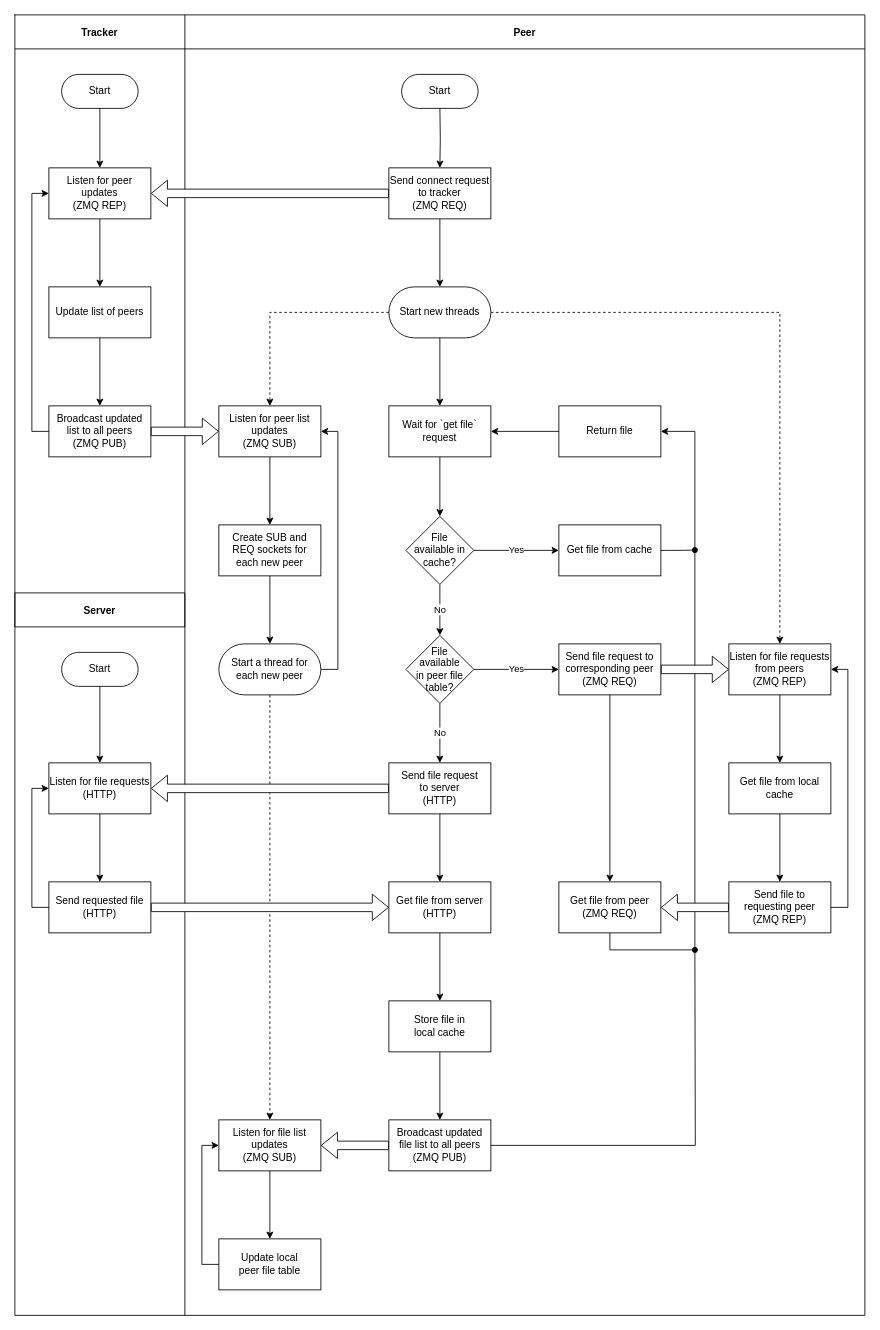
Earlier version of the draw.io diagram Flowchart.drawio (nan-af/sproj). Source tidied: cells renumbered, new cells numbered last; positions are measured from the earlier drawing's top-left corner, leaving out a move shared by most shapes. Both pictures are drawn from the tidied source at 85%, with x=0, y=0 at pixel (14, 14).
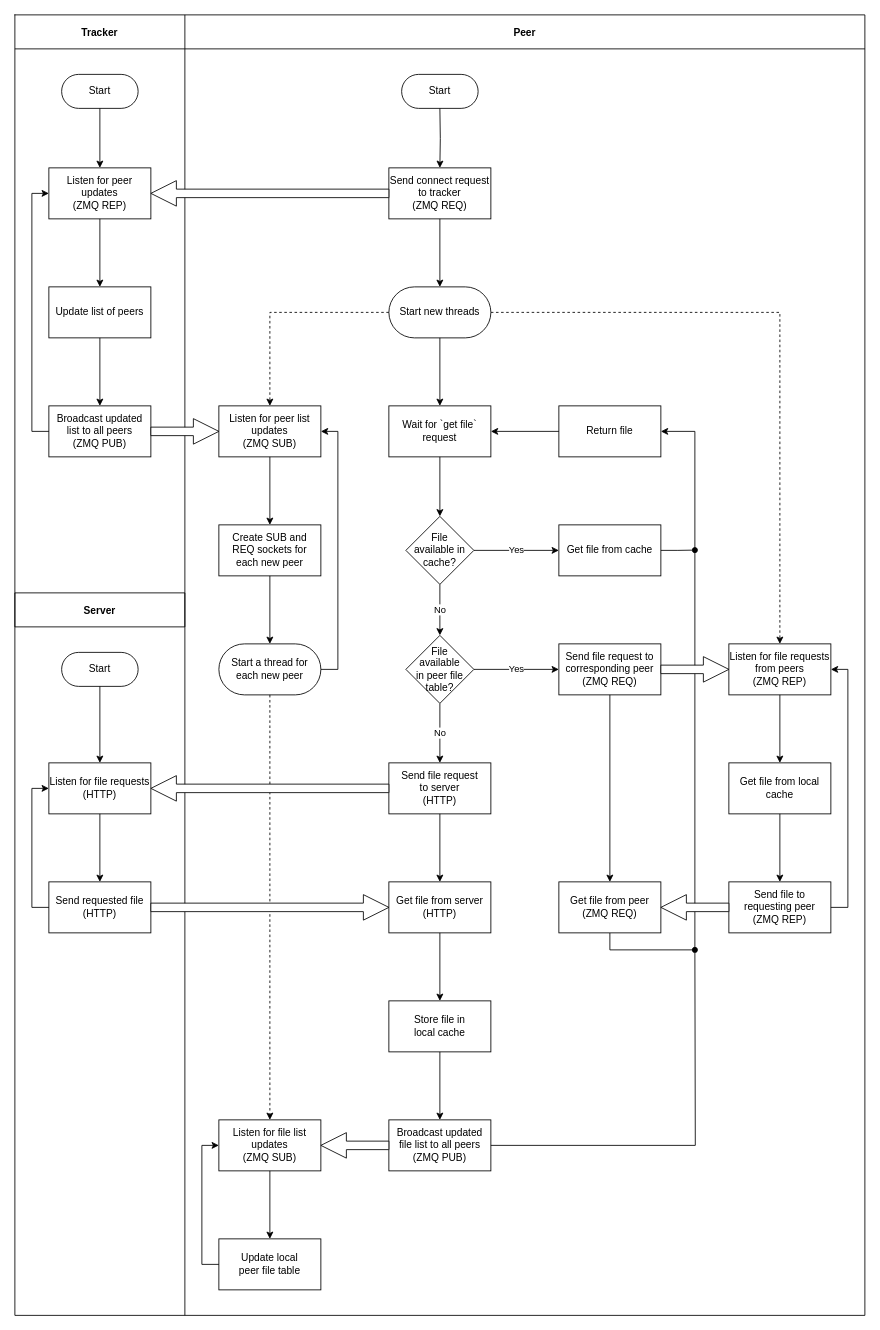
Above is the later version.

Unchanged cells that the change refers to:
```xml
<mxCell id="3" style="shape=tableRow;horizontal=0;swimlaneHead=0;swimlaneBody=0;top=0;left=0;bottom=0;right=0;fillColor=none;startSize=0;fontStyle=1;" parent="2" vertex="1">
  <mxGeometry width="1000" height="1530" as="geometry" />
</mxCell>
<mxCell id="6" value="&lt;div&gt;Broadcast updated list to all peers&lt;/div&gt;&lt;div&gt;(ZMQ PUB)&lt;/div&gt;" style="whiteSpace=wrap;html=1;rounded=0;glass=0;arcSize=50;" parent="4" vertex="1">
  <mxGeometry x="40" y="460" width="120" height="60" as="geometry" />
</mxCell>
<mxCell id="10" value="&lt;div&gt;Listen for file requests&lt;/div&gt;&lt;div&gt;(HTTP)&lt;br&gt;&lt;/div&gt;" style="whiteSpace=wrap;html=1;rounded=0;arcSize=50;" parent="4" vertex="1">
  <mxGeometry x="40" y="880" width="120" height="60" as="geometry" />
</mxCell>
<mxCell id="11" value="&lt;div&gt;Send requested file&lt;/div&gt;&lt;div&gt;(HTTP)&lt;br&gt;&lt;/div&gt;" style="whiteSpace=wrap;html=1;rounded=0;arcSize=50;" parent="4" vertex="1">
  <mxGeometry x="40" y="1020" width="120" height="60" as="geometry" />
</mxCell>
<mxCell id="19" value="Peer" style="swimlane;swimlaneHead=0;swimlaneBody=0;fillColor=none;startSize=40;fontStyle=1;" parent="3" vertex="1">
  <mxGeometry x="200" width="800" height="1530" as="geometry" />
</mxCell>
<mxCell id="21" value="&lt;div&gt;Listen for peer list updates&lt;/div&gt;&lt;div&gt;(ZMQ SUB)&lt;/div&gt;" style="whiteSpace=wrap;html=1;rounded=0;glass=0;arcSize=50;" parent="19" vertex="1">
  <mxGeometry x="40" y="460" width="120" height="60" as="geometry" />
</mxCell>
<mxCell id="31" value="&lt;div&gt;Listen for file list updates&lt;/div&gt;&lt;div&gt;(ZMQ SUB)&lt;br&gt;&lt;/div&gt;" style="whiteSpace=wrap;html=1;rounded=0;glass=0;arcSize=50;" parent="19" vertex="1">
  <mxGeometry x="40" y="1300" width="120" height="60" as="geometry" />
</mxCell>
<mxCell id="35" value="&lt;div&gt;Send file request&lt;/div&gt;&lt;div&gt;to server&lt;/div&gt;&lt;div&gt;(HTTP)&lt;br&gt;&lt;/div&gt;" style="whiteSpace=wrap;html=1;rounded=0;glass=0;arcSize=50;" parent="19" vertex="1">
  <mxGeometry x="240" y="880" width="120" height="60" as="geometry" />
</mxCell>
<mxCell id="36" value="&lt;div&gt;Get file from server&lt;/div&gt;&lt;div&gt;(HTTP)&lt;br&gt;&lt;/div&gt;" style="whiteSpace=wrap;html=1;rounded=0;glass=0;arcSize=50;" parent="19" vertex="1">
  <mxGeometry x="240" y="1020" width="120" height="60" as="geometry" />
</mxCell>
<mxCell id="38" value="&lt;div&gt;Broadcast updated file list to all peers&lt;/div&gt;&lt;div&gt;(ZMQ PUB)&lt;br&gt;&lt;/div&gt;" style="whiteSpace=wrap;html=1;rounded=0;glass=0;arcSize=50;" parent="19" vertex="1">
  <mxGeometry x="240" y="1300" width="120" height="60" as="geometry" />
</mxCell>
<mxCell id="42" value="&lt;div&gt;Send file request to corresponding peer&lt;/div&gt;&lt;div&gt;(ZMQ REQ)&lt;br&gt;&lt;/div&gt;" style="whiteSpace=wrap;html=1;rounded=0;glass=0;arcSize=50;" parent="19" vertex="1">
  <mxGeometry x="440" y="740" width="120" height="60" as="geometry" />
</mxCell>
<mxCell id="43" value="&lt;div&gt;Listen for file requests from peers&lt;/div&gt;&lt;div&gt;(ZMQ REP)&lt;br&gt;&lt;/div&gt;" style="whiteSpace=wrap;html=1;rounded=0;glass=0;arcSize=50;" parent="19" vertex="1">
  <mxGeometry x="640" y="740" width="120" height="60" as="geometry" />
</mxCell>
<mxCell id="45" value="&lt;div&gt;Send file to requesting peer&lt;/div&gt;&lt;div&gt;(ZMQ REP)&lt;br&gt;&lt;/div&gt;" style="whiteSpace=wrap;html=1;rounded=0;glass=0;arcSize=50;" parent="19" vertex="1">
  <mxGeometry x="640" y="1020" width="120" height="60" as="geometry" />
</mxCell>
<mxCell id="47" value="&lt;div&gt;Get file from peer&lt;/div&gt;&lt;div&gt;(ZMQ REQ)&lt;br&gt;&lt;/div&gt;" style="whiteSpace=wrap;html=1;rounded=0;glass=0;arcSize=50;" parent="19" vertex="1">
  <mxGeometry x="440" y="1020" width="120" height="60" as="geometry" />
</mxCell>
<mxCell id="54" value="&lt;div&gt;Listen for peer updates&lt;/div&gt;&lt;div&gt;(ZMQ REP)&lt;br&gt;&lt;/div&gt;" style="whiteSpace=wrap;html=1;rounded=0;glass=0;arcSize=50;" parent="19" vertex="1">
  <mxGeometry x="-160" y="180" width="120" height="60" as="geometry" />
</mxCell>
<mxCell id="55" value="&lt;div&gt;Send connect request to tracker&lt;/div&gt;&lt;div&gt;(ZMQ REQ)&lt;br&gt;&lt;/div&gt;" style="whiteSpace=wrap;html=1;rounded=0;arcSize=50;glass=0;" parent="19" vertex="1">
  <mxGeometry x="240" y="180" width="120" height="60" as="geometry" />
</mxCell>
```

What changed in the source:
```diff
@@
-    <mxCell id="48" style="edgeStyle=orthogonalEdgeStyle;rounded=0;jettySize=auto;html=1;exitX=1;exitY=0.5;exitDx=0;exitDy=0;entryX=0;entryY=0.5;entryDx=0;entryDy=0;shape=flexArrow;fillColor=default;" parent="19" edge="1" source="42" target="43">
+    <mxCell id="48" style="edgeStyle=orthogonalEdgeStyle;rounded=0;jettySize=auto;html=1;exitX=1;exitY=0.5;exitDx=0;exitDy=0;entryX=0;entryY=0.5;entryDx=0;entryDy=0;shape=arrow;fillColor=default;" parent="19" edge="1" source="42" target="43">
       <mxGeometry relative="1" as="geometry" />
     </mxCell>
@@
-    <mxCell id="53" style="edgeStyle=orthogonalEdgeStyle;shape=flexArrow;rounded=0;jettySize=auto;html=1;exitX=0;exitY=0.5;exitDx=0;exitDy=0;entryX=1;entryY=0.5;entryDx=0;entryDy=0;fillColor=default;" parent="19" edge="1" source="45" target="47">
+    <mxCell id="53" style="edgeStyle=orthogonalEdgeStyle;shape=arrow;rounded=0;jettySize=auto;html=1;exitX=0;exitY=0.5;exitDx=0;exitDy=0;entryX=1;entryY=0.5;entryDx=0;entryDy=0;fillColor=default;" parent="19" edge="1" source="45" target="47">
       <mxGeometry relative="1" as="geometry" />
     </mxCell>
@@
-    <mxCell id="56" style="edgeStyle=orthogonalEdgeStyle;rounded=0;jettySize=auto;html=1;exitX=0;exitY=0.5;exitDx=0;exitDy=0;entryX=1;entryY=0.5;entryDx=0;entryDy=0;shape=flexArrow;fillColor=default;" parent="19" edge="1" source="55" target="54">
+    <mxCell id="56" style="edgeStyle=orthogonalEdgeStyle;rounded=0;jettySize=auto;html=1;exitX=0;exitY=0.5;exitDx=0;exitDy=0;entryX=1;entryY=0.5;entryDx=0;entryDy=0;shape=arrow;fillColor=default;" parent="19" edge="1" source="55" target="54">
       <mxGeometry relative="1" as="geometry" />
     </mxCell>
@@
-    <mxCell id="67" style="edgeStyle=orthogonalEdgeStyle;rounded=0;jettySize=auto;html=1;exitX=0;exitY=0.5;exitDx=0;exitDy=0;entryX=1;entryY=0.5;entryDx=0;entryDy=0;fillColor=default;shape=flexArrow;strokeColor=default;" parent="19" edge="1" source="38" target="31">
+    <mxCell id="67" style="edgeStyle=orthogonalEdgeStyle;rounded=0;jettySize=auto;html=1;exitX=0;exitY=0.5;exitDx=0;exitDy=0;entryX=1;entryY=0.5;entryDx=0;entryDy=0;fillColor=default;shape=arrow;strokeColor=default;" parent="19" edge="1" source="38" target="31">
       <mxGeometry relative="1" as="geometry" />
     </mxCell>
@@
-    <mxCell id="72" style="edgeStyle=orthogonalEdgeStyle;rounded=0;jettySize=auto;html=1;exitX=1;exitY=0.5;exitDx=0;exitDy=0;entryX=0;entryY=0.5;entryDx=0;entryDy=0;shape=flexArrow;fillColor=default;" parent="3" edge="1" source="6" target="21">
+    <mxCell id="72" style="edgeStyle=orthogonalEdgeStyle;rounded=0;jettySize=auto;html=1;exitX=1;exitY=0.5;exitDx=0;exitDy=0;entryX=0;entryY=0.5;entryDx=0;entryDy=0;shape=arrow;fillColor=default;" parent="3" edge="1" source="6" target="21">
       <mxGeometry relative="1" as="geometry" />
     </mxCell>
-    <mxCell id="73" style="edgeStyle=orthogonalEdgeStyle;rounded=0;jettySize=auto;html=1;exitX=0;exitY=0.5;exitDx=0;exitDy=0;entryX=1;entryY=0.5;entryDx=0;entryDy=0;fillColor=default;shape=flexArrow;" parent="3" edge="1" source="35" target="10">
+    <mxCell id="73" style="edgeStyle=orthogonalEdgeStyle;rounded=0;jettySize=auto;html=1;exitX=0;exitY=0.5;exitDx=0;exitDy=0;entryX=1;entryY=0.5;entryDx=0;entryDy=0;fillColor=default;shape=arrow;" parent="3" edge="1" source="35" target="10">
       <mxGeometry relative="1" as="geometry" />
     </mxCell>
-    <mxCell id="74" style="edgeStyle=orthogonalEdgeStyle;shape=flexArrow;rounded=0;jettySize=auto;html=1;exitX=1;exitY=0.5;exitDx=0;exitDy=0;entryX=0;entryY=0.5;entryDx=0;entryDy=0;fillColor=default;" parent="3" edge="1" source="11" target="36">
+    <mxCell id="74" style="edgeStyle=orthogonalEdgeStyle;shape=arrow;rounded=0;jettySize=auto;html=1;exitX=1;exitY=0.5;exitDx=0;exitDy=0;entryX=0;entryY=0.5;entryDx=0;entryDy=0;fillColor=default;" parent="3" edge="1" source="11" target="36">
       <mxGeometry relative="1" as="geometry" />
     </mxCell>
```
